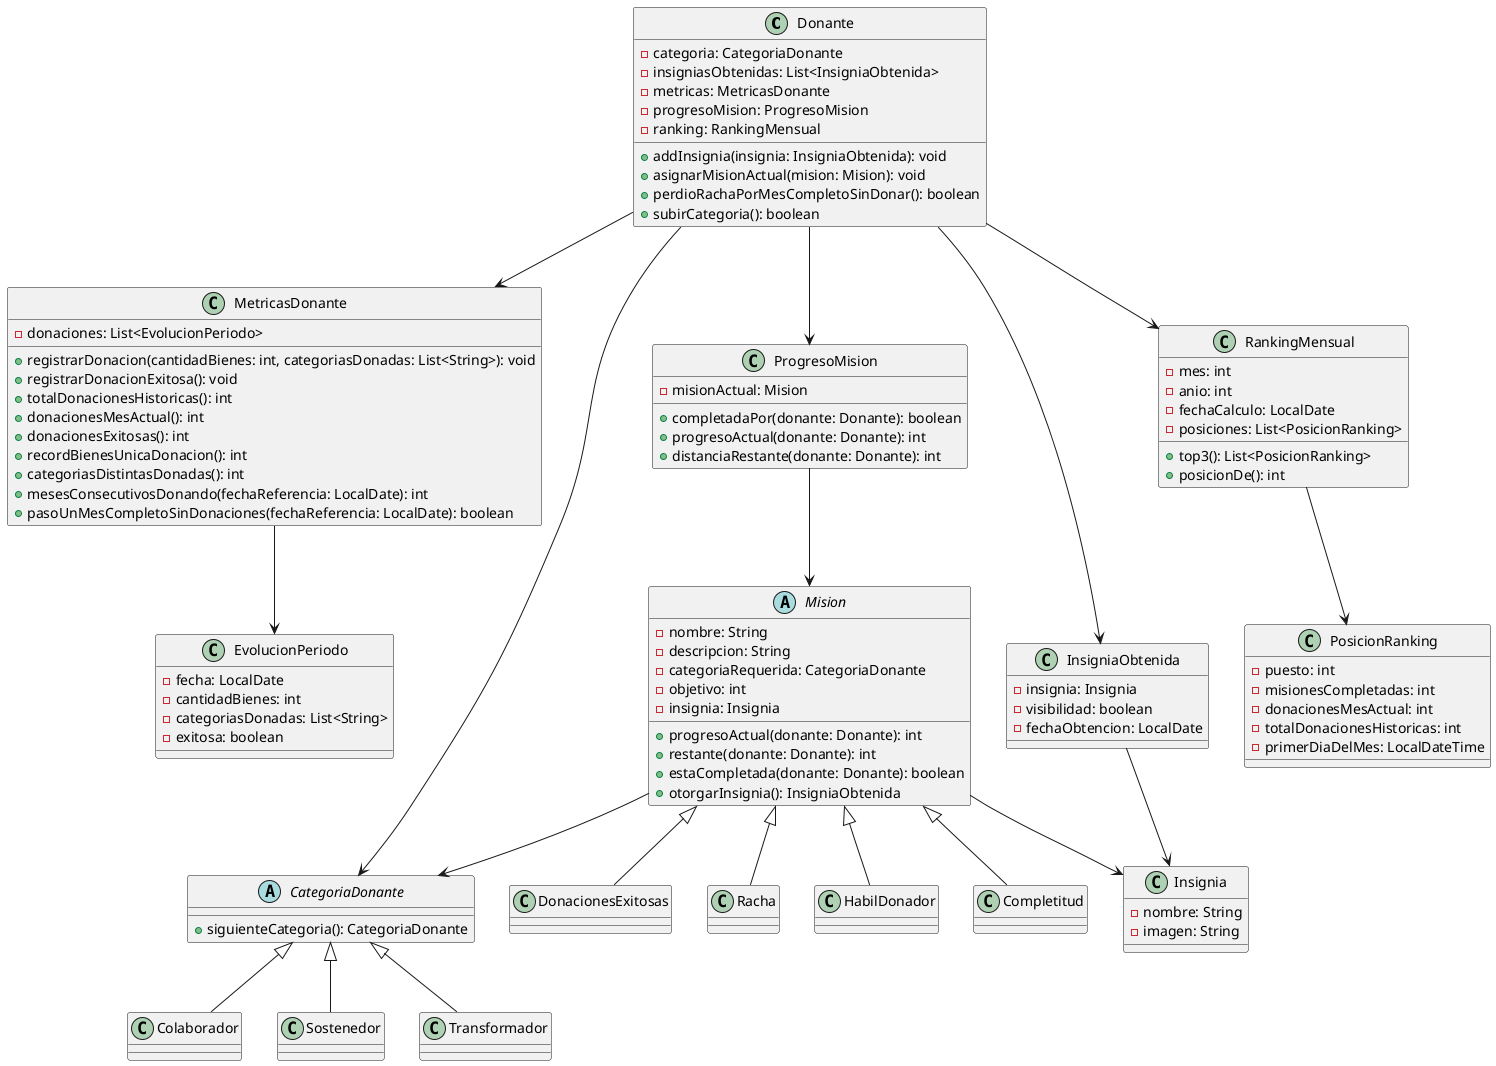
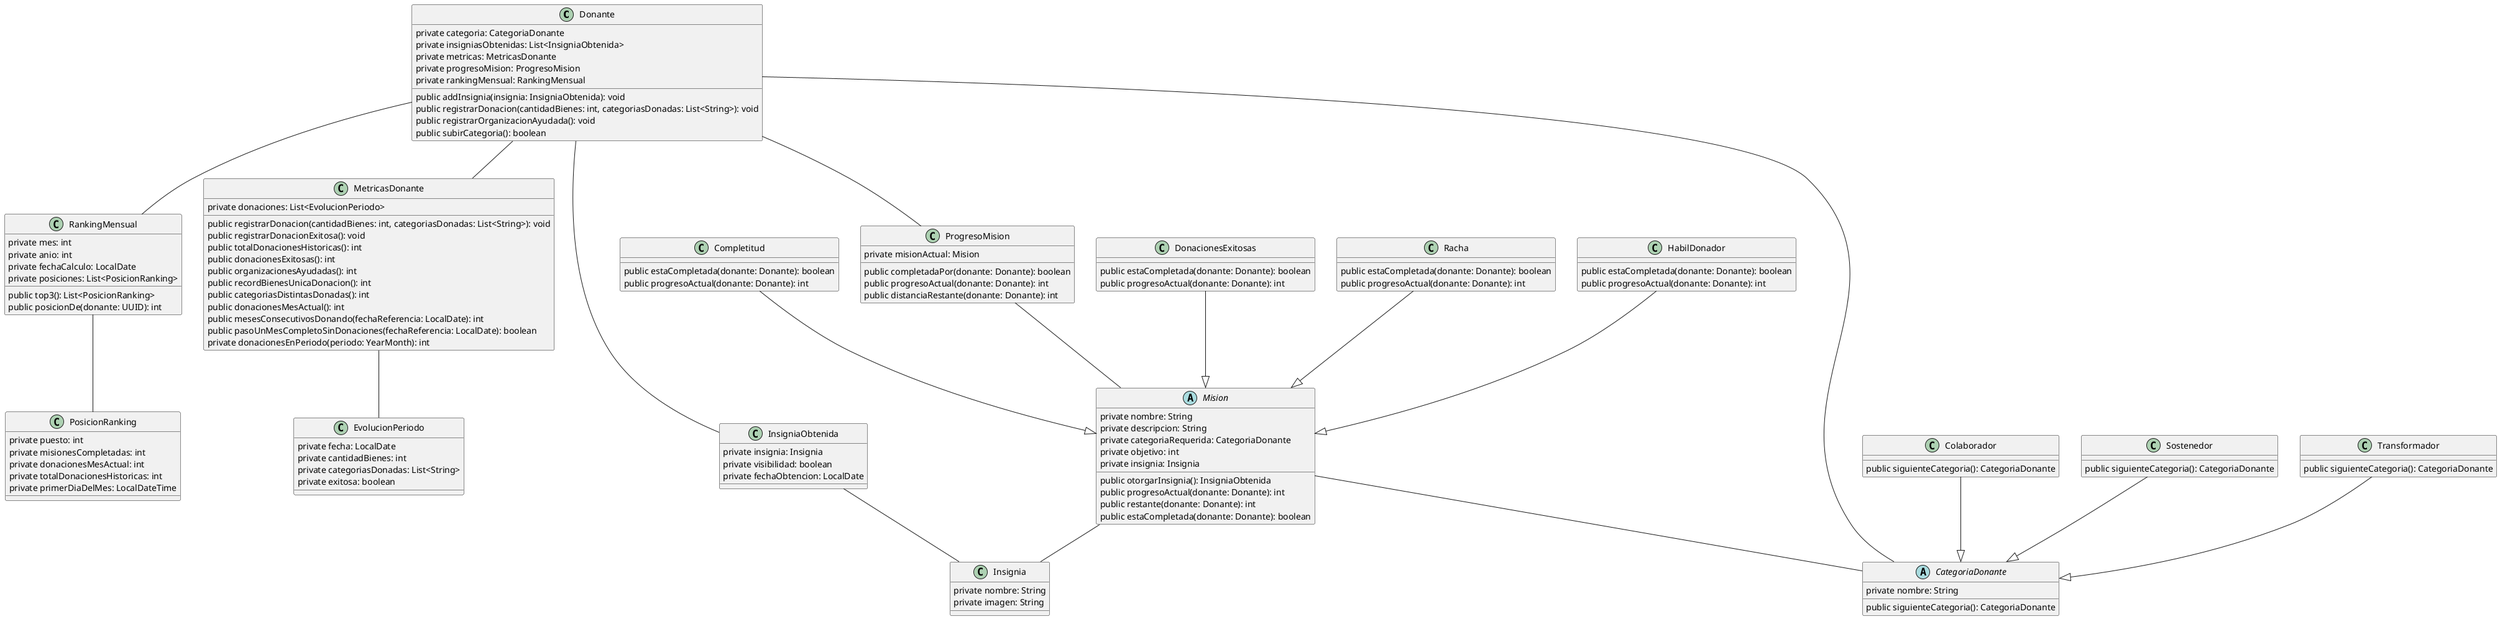
@startuml diagramaClasesIncentivosModel

class Donante {
-     - categoria: CategoriaDonante
-     - insigniasObtenidas: List<InsigniaObtenida>
-     - metricas: MetricasDonante
-     - progresoMision: ProgresoMision
-     - ranking: RankingMensual
+     private categoria: CategoriaDonante
+     private insigniasObtenidas: List<InsigniaObtenida>
+     private metricas: MetricasDonante
+     private progresoMision: ProgresoMision
+     private rankingMensual: RankingMensual

-     + addInsignia(insignia: InsigniaObtenida): void
-     + asignarMisionActual(mision: Mision): void
-     + perdioRachaPorMesCompletoSinDonar(): boolean
-     + subirCategoria(): boolean
+     public addInsignia(insignia: InsigniaObtenida): void
+     public registrarDonacion(cantidadBienes: int, categoriasDonadas: List<String>): void
+     public registrarOrganizacionAyudada(): void
+     public subirCategoria(): boolean
}


class MetricasDonante {
-     - donaciones: List<EvolucionPeriodo>
-     + registrarDonacion(cantidadBienes: int, categoriasDonadas: List<String>): void
-     + registrarDonacionExitosa(): void
-     + totalDonacionesHistoricas(): int
-     + donacionesMesActual(): int
-     + donacionesExitosas(): int
-     + recordBienesUnicaDonacion(): int
-     + categoriasDistintasDonadas(): int
-     + mesesConsecutivosDonando(fechaReferencia: LocalDate): int
-     + pasoUnMesCompletoSinDonaciones(fechaReferencia: LocalDate): boolean
+     private donaciones: List<EvolucionPeriodo>
+ 
+     public registrarDonacion(cantidadBienes: int, categoriasDonadas: List<String>): void
+     public registrarDonacionExitosa(): void
+     public totalDonacionesHistoricas(): int
+     public donacionesExitosas(): int
+     public organizacionesAyudadas(): int
+     public recordBienesUnicaDonacion(): int
+     public categoriasDistintasDonadas(): int
+     public donacionesMesActual(): int
+     public mesesConsecutivosDonando(fechaReferencia: LocalDate): int
+     public pasoUnMesCompletoSinDonaciones(fechaReferencia: LocalDate): boolean
+     private donacionesEnPeriodo(periodo: YearMonth): int
}

class EvolucionPeriodo {
-     - fecha: LocalDate
-     - cantidadBienes: int
-     - categoriasDonadas: List<String>
-     - exitosa: boolean
+     private fecha: LocalDate
+     private cantidadBienes: int
+     private categoriasDonadas: List<String>
+     private exitosa: boolean
}

class ProgresoMision {
-     - misionActual: Mision
+     private misionActual: Mision

-     + completadaPor(donante: Donante): boolean
-     + progresoActual(donante: Donante): int
-     + distanciaRestante(donante: Donante): int
+     public completadaPor(donante: Donante): boolean
+     public progresoActual(donante: Donante): int
+     public distanciaRestante(donante: Donante): int
}

abstract class CategoriaDonante {
-     + siguienteCategoria(): CategoriaDonante
+     private nombre: String
+ 
+     public siguienteCategoria(): CategoriaDonante
}

- class Colaborador extends CategoriaDonante
- class Sostenedor extends CategoriaDonante
- class Transformador extends CategoriaDonante
+ class Colaborador {
+     public siguienteCategoria(): CategoriaDonante
+ }
+ 
+ class Sostenedor {
+     public siguienteCategoria(): CategoriaDonante
+ }
+ 
+ class Transformador {
+     public siguienteCategoria(): CategoriaDonante
+ }

abstract class Mision {
-     - nombre: String
-     - descripcion: String
-     - categoriaRequerida: CategoriaDonante
-     - objetivo: int
-     - insignia: Insignia
+     private nombre: String
+     private descripcion: String
+     private categoriaRequerida: CategoriaDonante
+     private objetivo: int
+     private insignia: Insignia

-     + progresoActual(donante: Donante): int
-     + restante(donante: Donante): int
-     + estaCompletada(donante: Donante): boolean
-     + otorgarInsignia(): InsigniaObtenida
+     public otorgarInsignia(): InsigniaObtenida
+     public progresoActual(donante: Donante): int
+     public restante(donante: Donante): int
+     public estaCompletada(donante: Donante): boolean
}

- class DonacionesExitosas extends Mision
- class Racha extends Mision
- class HabilDonador extends Mision
- class Completitud extends Mision
+ class DonacionesExitosas {
+     public estaCompletada(donante: Donante): boolean
+     public progresoActual(donante: Donante): int
+ }
+ 
+ class Racha {
+     public estaCompletada(donante: Donante): boolean
+     public progresoActual(donante: Donante): int
+ }
+ 
+ class HabilDonador {
+     public estaCompletada(donante: Donante): boolean
+     public progresoActual(donante: Donante): int
+ }
+ 
+ class Completitud {
+     public estaCompletada(donante: Donante): boolean
+     public progresoActual(donante: Donante): int
+ }

class Insignia {
-     - nombre: String
-     - imagen: String
+     private nombre: String
+     private imagen: String
}

class InsigniaObtenida {
-     - insignia: Insignia
-     - visibilidad: boolean
-     - fechaObtencion: LocalDate
+     private insignia: Insignia
+     private visibilidad: boolean
+     private fechaObtencion: LocalDate
}

class PosicionRanking {
-     - puesto: int
-     - misionesCompletadas: int
-     - donacionesMesActual: int
-     - totalDonacionesHistoricas: int
-     - primerDiaDelMes: LocalDateTime
+     private puesto: int
+     private misionesCompletadas: int
+     private donacionesMesActual: int
+     private totalDonacionesHistoricas: int
+     private primerDiaDelMes: LocalDateTime
}

class RankingMensual {
-     - mes: int
-     - anio: int
-     - fechaCalculo: LocalDate
-     - posiciones: List<PosicionRanking>
+     private mes: int
+     private anio: int
+     private fechaCalculo: LocalDate
+     private posiciones: List<PosicionRanking>

-     + top3(): List<PosicionRanking>
-     + posicionDe(): int
+     public top3(): List<PosicionRanking>
+     public posicionDe(donante: UUID): int
}

- Donante --> CategoriaDonante
- Donante --> InsigniaObtenida
- Donante --> MetricasDonante
- Donante --> ProgresoMision
- Donante --> RankingMensual
+ Colaborador --|> CategoriaDonante
+ Sostenedor --|> CategoriaDonante
+ Transformador --|> CategoriaDonante

- MetricasDonante --> EvolucionPeriodo
- ProgresoMision --> Mision
+ DonacionesExitosas --|> Mision
+ Racha --|> Mision
+ HabilDonador --|> Mision
+ Completitud --|> Mision

- Mision --> CategoriaDonante
- Mision --> Insignia
- InsigniaObtenida --> Insignia
+ Donante -- CategoriaDonante
+ Donante -- InsigniaObtenida
+ Donante -- MetricasDonante
+ Donante -- ProgresoMision
+ Donante -- RankingMensual

- RankingMensual --> PosicionRanking
+ MetricasDonante -- EvolucionPeriodo
+ ProgresoMision -- Mision
+ 
+ Mision -- CategoriaDonante
+ Mision -- Insignia
+ InsigniaObtenida -- Insignia
+ 
+ RankingMensual -- PosicionRanking

@enduml
